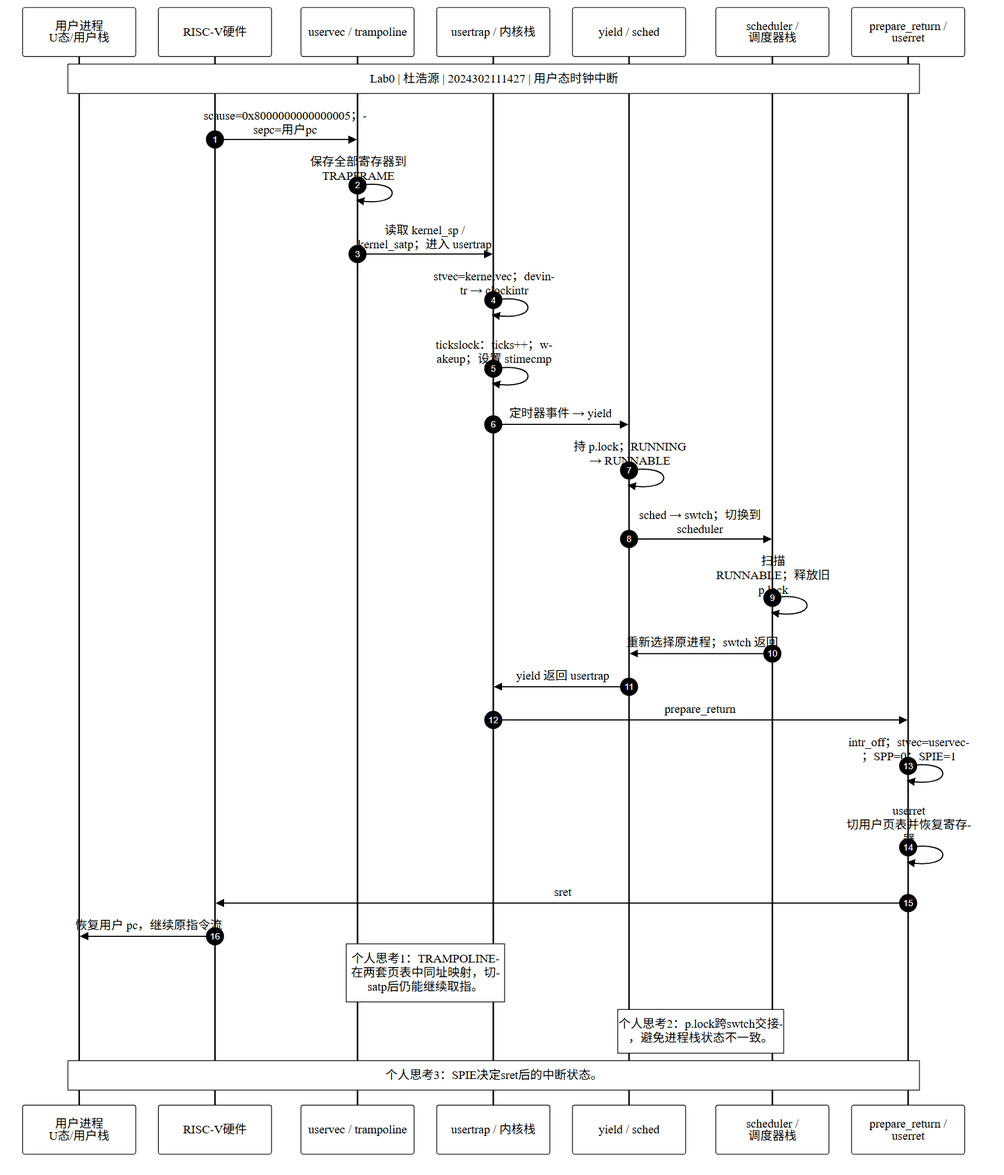
Above: doc/lab0/images/03-timer-interrupt-journey.png in hoyuand/2024302111427 (Mermaid), before the change. Its source is kept beside it as doc/lab0/images/03-timer-interrupt-journey.mmd.
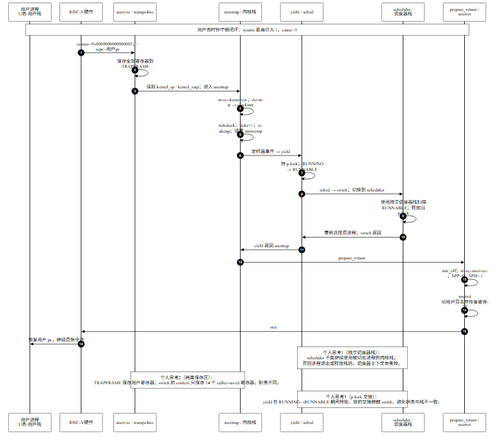
Above is the later version.

The edit, as a diff of the source:
```diff
@@ -8,7 +8,7 @@
   participant P as yield / sched
   participant S as scheduler / 调度器栈
   participant R as prepare_return / userret
-  Note over U,R: Lab0 | 杜浩源 | 2024302111427 | 用户态时钟中断
+  Note over U,R: 用户态时钟中断闭环：scause 最高位为 1，cause=5
   H->>V: scause=0x8000000000000005；sepc=用户pc
   V->>V: 保存全部寄存器到 TRAPFRAME
   V->>T: 读取 kernel_sp / kernel_satp；进入 usertrap
@@ -17,7 +17,7 @@
   T->>P: 定时器事件 → yield
   P->>P: 持 p.lock；RUNNING → RUNNABLE
   P->>S: sched → swtch；切换到 scheduler
-  S->>S: 扫描 RUNNABLE；释放旧 p.lock
+  S->>S: 使用独立调度器栈扫描 RUNNABLE；释放旧 p.lock
   S->>P: 重新选择原进程；swtch 返回
   P->>T: yield 返回 usertrap
   T->>R: prepare_return
@@ -25,6 +25,6 @@
   R->>R: userret 切用户页表并恢复寄存器
   R->>H: sret
   H->>U: 恢复用户 pc，继续原指令流
-  Note over V,T: 个人思考1：TRAMPOLINE在两套页表中同址映射，切satp后仍能继续取指。
-  Note over P,S: 个人思考2：p.lock跨swtch交接，避免进程栈状态不一致。
-  Note over R,U: 个人思考3：SPIE决定sret后的中断状态。
+  Note over S,P: 个人思考1（独立调度器栈）：<br/>scheduler 不能继续使用被切出进程的内核栈；<br/>否则进程退出或释放栈后，调度器上下文会失效。
+  Note over V,T: 个人思考2（两类保存区）：<br/>TRAPFRAME 保存用户寄存器；swtch 的 context 只保存 14 个 callee-saved 寄存器，职责不同。
+  Note over P,S: 个人思考3（p.lock 交接）：<br/>yield 在 RUNNING→RUNNABLE 期间持锁，锁的交接跨越 swtch，避免状态与栈不一致。
```
